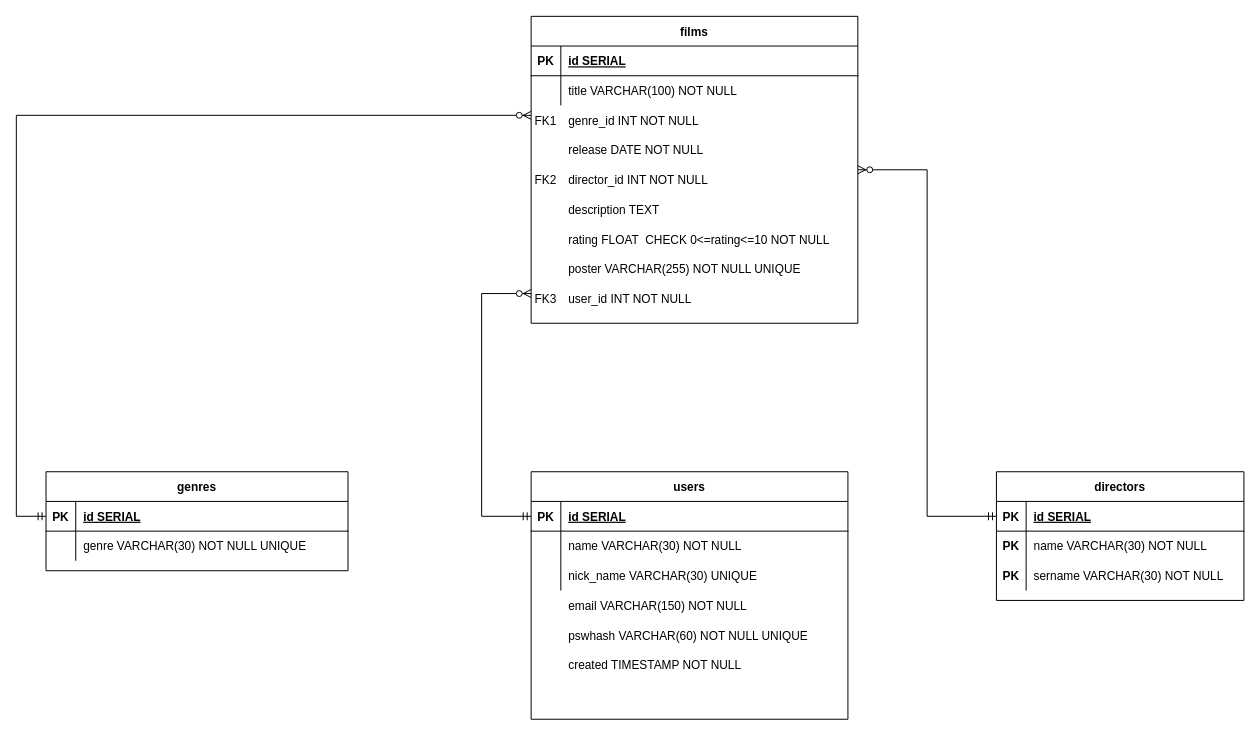
This is proj/shema/schema.drawio from ho1331/Movie-library-API, a draw.io file, before an edit. Source tidied: cells renumbered, new cells numbered last; positions are measured from the earlier drawing's top-left corner, leaving out a move shared by most shapes. Both pictures are drawn from the tidied source at 99%, with x=0, y=0 at pixel (16, 16).
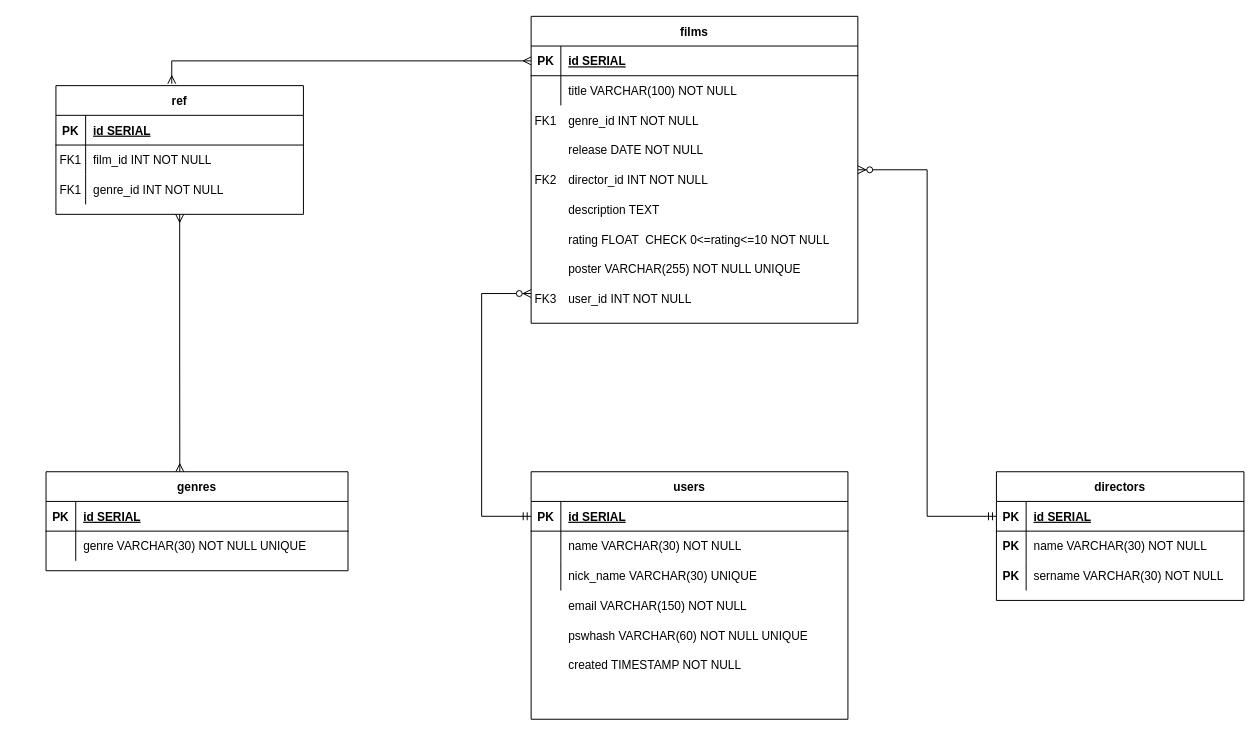
The same page after the edit.

Unchanged cells that the change refers to:
```xml
<mxCell id="14" style="shape=partialRectangle;fillColor=none;points=[[0,0.5],[1,0.5]];portConstraint=eastwest;top=0;left=0;right=0;bottom=1;" parent="13" vertex="1">
  <mxGeometry y="30" width="330" height="30" as="geometry" />
</mxCell>
<mxCell id="40" value="genres" style="shape=table;startSize=30;childLayout=tableLayout;rowLines=0;fontStyle=1;align=center;" parent="1" vertex="1">
  <mxGeometry x="30" y="460" width="305" height="100" as="geometry" />
</mxCell>
<mxCell id="41" style="shape=partialRectangle;fillColor=none;points=[[0,0.5],[1,0.5]];portConstraint=eastwest;top=0;left=0;right=0;bottom=1;" parent="40" vertex="1">
  <mxGeometry y="30" width="305" height="30" as="geometry" />
</mxCell>
```

What changed in the source:
```diff
@@
-    <mxCell id="61" style="edgeStyle=orthogonalEdgeStyle;rounded=0;jettySize=auto;html=1;exitX=0;exitY=0.5;exitDx=0;exitDy=0;startArrow=ERmandOne;startFill=0;endArrow=ERzeroToMany;endFill=1;" parent="1" edge="1" source="41">
-      <mxGeometry relative="1" as="geometry">
-        <mxPoint x="520" y="100" as="targetPoint" />
-        <Array as="points">
-          <mxPoint y="505" />
-          <mxPoint y="100" />
-        </Array>
-      </mxGeometry>
-    </mxCell>
@@
+    <mxCell id="66" style="edgeStyle=orthogonalEdgeStyle;rounded=0;jettySize=auto;html=1;entryX=0.443;entryY=0;entryDx=0;entryDy=0;entryPerimeter=0;startArrow=ERmany;startFill=0;endArrow=ERmany;endFill=0;" parent="1" edge="1" source="67" target="40">
+      <mxGeometry relative="1" as="geometry" />
+    </mxCell>
+    <mxCell id="67" value="ref" style="shape=table;startSize=30;childLayout=tableLayout;rowLines=0;fontStyle=1;align=center;" parent="1" vertex="1">
+      <mxGeometry x="40" y="70" width="250" height="130" as="geometry" />
+    </mxCell>
+    <mxCell id="68" style="shape=partialRectangle;fillColor=none;top=0;left=0;right=0;bottom=1;" parent="67" vertex="1">
+      <mxGeometry y="30" width="250" height="30" as="geometry" />
+    </mxCell>
+    <mxCell id="69" value="PK" style="shape=partialRectangle;overflow=hidden;fillColor=none;top=0;left=0;bottom=0;right=0;fontStyle=1;" parent="68" vertex="1">
+      <mxGeometry width="30" height="30" as="geometry" />
+    </mxCell>
+    <mxCell id="70" value="id SERIAL" style="shape=partialRectangle;overflow=hidden;fillColor=none;top=0;left=0;bottom=0;right=0;align=left;spacingLeft=6;fontStyle=5;" parent="68" vertex="1">
+      <mxGeometry x="30" width="220" height="30" as="geometry" />
+    </mxCell>
+    <mxCell id="71" style="shape=partialRectangle;fillColor=none;top=0;left=0;right=0;bottom=0;" parent="67" vertex="1">
+      <mxGeometry y="60" width="250" height="30" as="geometry" />
+    </mxCell>
+    <mxCell id="72" style="shape=partialRectangle;overflow=hidden;fillColor=none;top=0;left=0;bottom=0;right=0;" parent="71" vertex="1">
+      <mxGeometry width="30" height="30" as="geometry" />
+    </mxCell>
+    <mxCell id="73" value="film_id INT NOT NULL" style="shape=partialRectangle;overflow=hidden;fillColor=none;top=0;left=0;bottom=0;right=0;align=left;spacingLeft=6;" parent="71" vertex="1">
+      <mxGeometry x="30" width="220" height="30" as="geometry" />
+    </mxCell>
+    <mxCell id="74" style="shape=partialRectangle;fillColor=none;top=0;left=0;right=0;bottom=0;" parent="67" vertex="1">
+      <mxGeometry y="90" width="250" height="30" as="geometry" />
+    </mxCell>
+    <mxCell id="75" style="shape=partialRectangle;overflow=hidden;fillColor=none;top=0;left=0;bottom=0;right=0;" parent="74" vertex="1">
+      <mxGeometry width="30" height="30" as="geometry" />
+    </mxCell>
+    <mxCell id="76" value="genre_id INT NOT NULL" style="shape=partialRectangle;overflow=hidden;fillColor=none;top=0;left=0;bottom=0;right=0;align=left;spacingLeft=6;" parent="74" vertex="1">
+      <mxGeometry x="30" width="220" height="30" as="geometry" />
+    </mxCell>
+    <mxCell id="77" value="FK1" style="shape=partialRectangle;overflow=hidden;fillColor=none;top=0;left=0;bottom=0;right=0;" parent="1" vertex="1">
+      <mxGeometry x="40" y="130" width="30" height="30" as="geometry" />
+    </mxCell>
+    <mxCell id="78" value="FK1" style="shape=partialRectangle;overflow=hidden;fillColor=none;top=0;left=0;bottom=0;right=0;" parent="1" vertex="1">
+      <mxGeometry x="40" y="160" width="30" height="30" as="geometry" />
+    </mxCell>
+    <mxCell id="79" style="edgeStyle=orthogonalEdgeStyle;rounded=0;jettySize=auto;html=1;exitX=0;exitY=0.5;exitDx=0;exitDy=0;entryX=0.468;entryY=-0.015;entryDx=0;entryDy=0;entryPerimeter=0;startArrow=ERmany;startFill=0;endArrow=ERmany;endFill=0;" parent="1" edge="1" source="14" target="67">
+      <mxGeometry relative="1" as="geometry" />
+    </mxCell>
```
